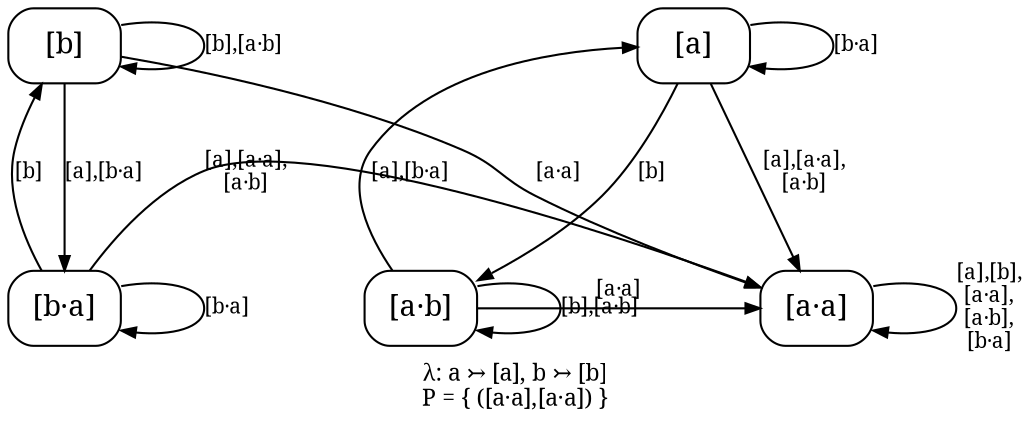
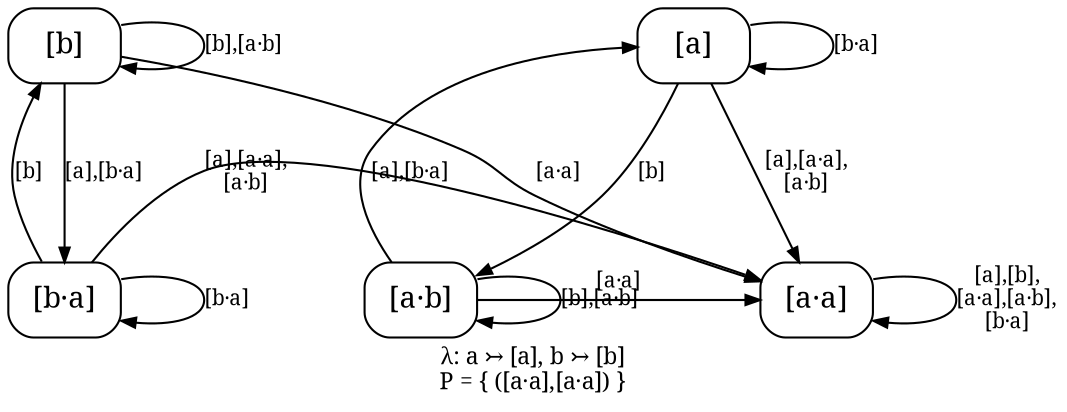
// sos2cayley gf_aa.sos --rename a=a,!a=b
digraph core_F1_gf_aa {
  rankdir=TB;
  ranksep=0.87; nodesep=0.55;
  node [shape=box, style=rounded, fontname="serif", margin="0.06,0.03"];
  edge [fontname="serif", fontsize=10, arrowsize=0.7];
  label="λ: a ↣ [a], b ↣ [b]\nP = { ([a·a],[a·a]) }";
  labelloc="b"; labeljust="c"; fontname="serif"; fontsize=11;

  a [label="[a]"];
  b [label="[b]"];
  aa [label="[a·a]"];
  ab [label="[a·b]"];
  ba [label="[b·a]"];

  { rank=same; a b; }
  { rank=same; aa ab ba; }

  a -> aa [label="[a],[a·a],\n[a·b]", weight=3];
  a -> ab [label="[b]", weight=3];
  a -> a [label="[b·a]", weight=1];
  b -> ba [label="[a],[b·a]", weight=3];
  b -> b [label="[b],[a·b]", weight=1];
  b -> aa [label="[a·a]", weight=1];
-   aa -> aa [label="[a],[b],\n[a·a],\n[a·b],\n[b·a]", weight=1];
+   aa -> aa [label="[a],[b],\n[a·a],[a·b],\n[b·a]", weight=1];
  ab -> a [label="[a],[b·a]", weight=1];
  ab -> ab [label="[b],[a·b]", weight=1];
  ab -> aa [label="[a·a]", weight=1];
  ba -> aa [label="[a],[a·a],\n[a·b]", weight=1];
  ba -> b [label="[b]", weight=1];
  ba -> ba [label="[b·a]", weight=1];
}
